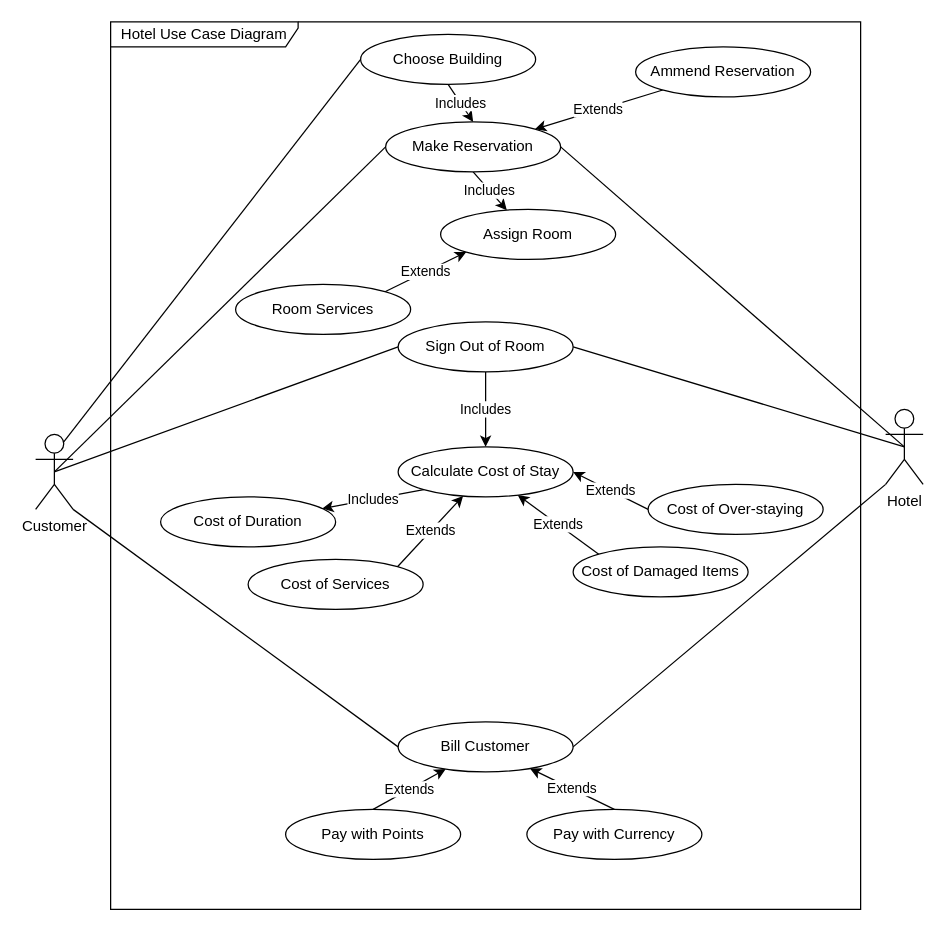
Earlier version of the draw.io diagram week1/Assign2 Hotel Use Case Diagram.drawio (Darren-ODonnell/BusinessModellingDiagrams). Source tidied: cells renumbered, new cells numbered last; positions are measured from the earlier drawing's top-left corner, leaving out a move shared by most shapes. Both pictures are drawn from the tidied source at 125%, with x=0, y=0 at pixel (35, 21).
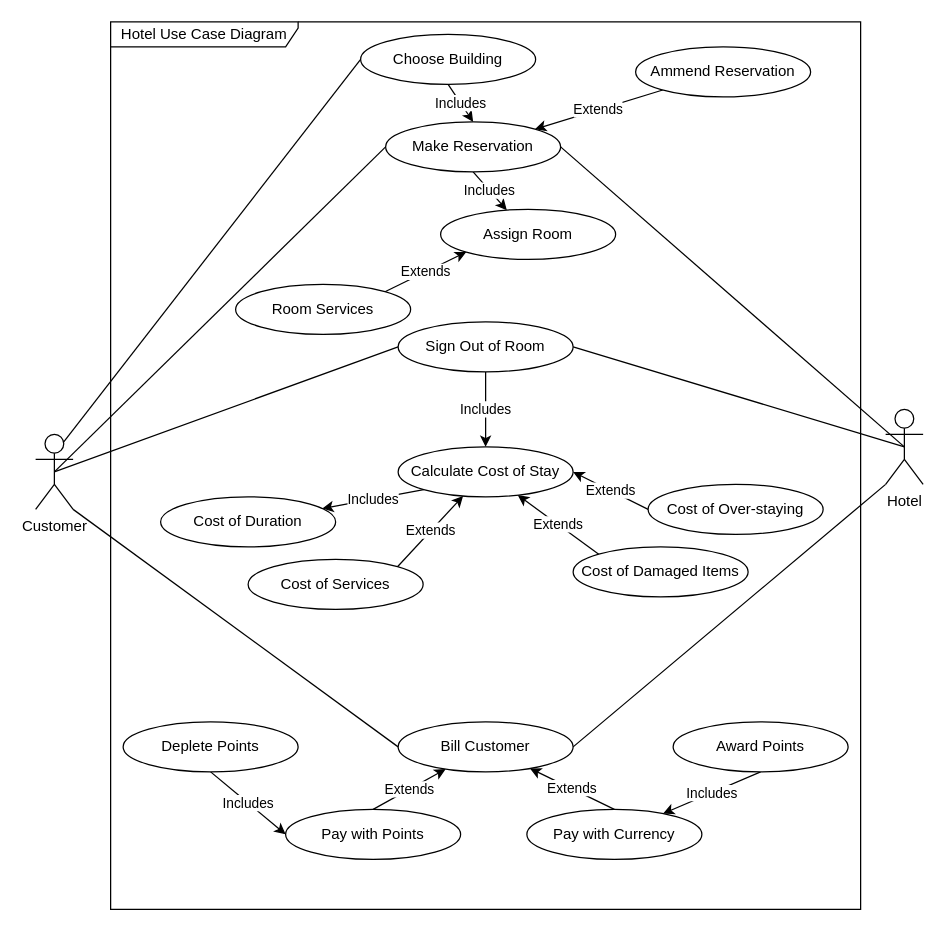
The same diagram, later.

Unchanged cells that the change refers to:
```xml
<mxCell id="31" value="Pay with Points" style="ellipse;whiteSpace=wrap;html=1;fontColor=default;strokeColor=default;fillColor=default;" parent="1" vertex="1">
  <mxGeometry x="200" y="630" width="140" height="40" as="geometry" />
</mxCell>
<mxCell id="33" value="Pay with Currency" style="ellipse;whiteSpace=wrap;html=1;fontColor=default;strokeColor=default;fillColor=default;" parent="1" vertex="1">
  <mxGeometry x="393" y="630" width="140" height="40" as="geometry" />
</mxCell>
```

Change to the diagram source:
```diff
@@
+    <mxCell id="37" value="Includes" style="rounded=0;jettySize=auto;html=1;exitX=0.5;exitY=1;exitDx=0;exitDy=0;entryX=0;entryY=0.5;entryDx=0;entryDy=0;" parent="1" edge="1" source="38" target="31">
+      <mxGeometry relative="1" as="geometry" />
+    </mxCell>
+    <mxCell id="38" value="Deplete Points" style="ellipse;whiteSpace=wrap;html=1;fontColor=default;strokeColor=default;fillColor=default;" parent="1" vertex="1">
+      <mxGeometry x="70" y="560" width="140" height="40" as="geometry" />
+    </mxCell>
+    <mxCell id="39" value="Includes" style="edgeStyle=none;rounded=0;jettySize=auto;html=1;exitX=0.5;exitY=1;exitDx=0;exitDy=0;" parent="1" edge="1" source="40" target="33">
+      <mxGeometry relative="1" as="geometry" />
+    </mxCell>
+    <mxCell id="40" value="Award Points" style="ellipse;whiteSpace=wrap;html=1;fontColor=default;strokeColor=default;fillColor=default;" parent="1" vertex="1">
+      <mxGeometry x="510" y="560" width="140" height="40" as="geometry" />
+    </mxCell>
```
